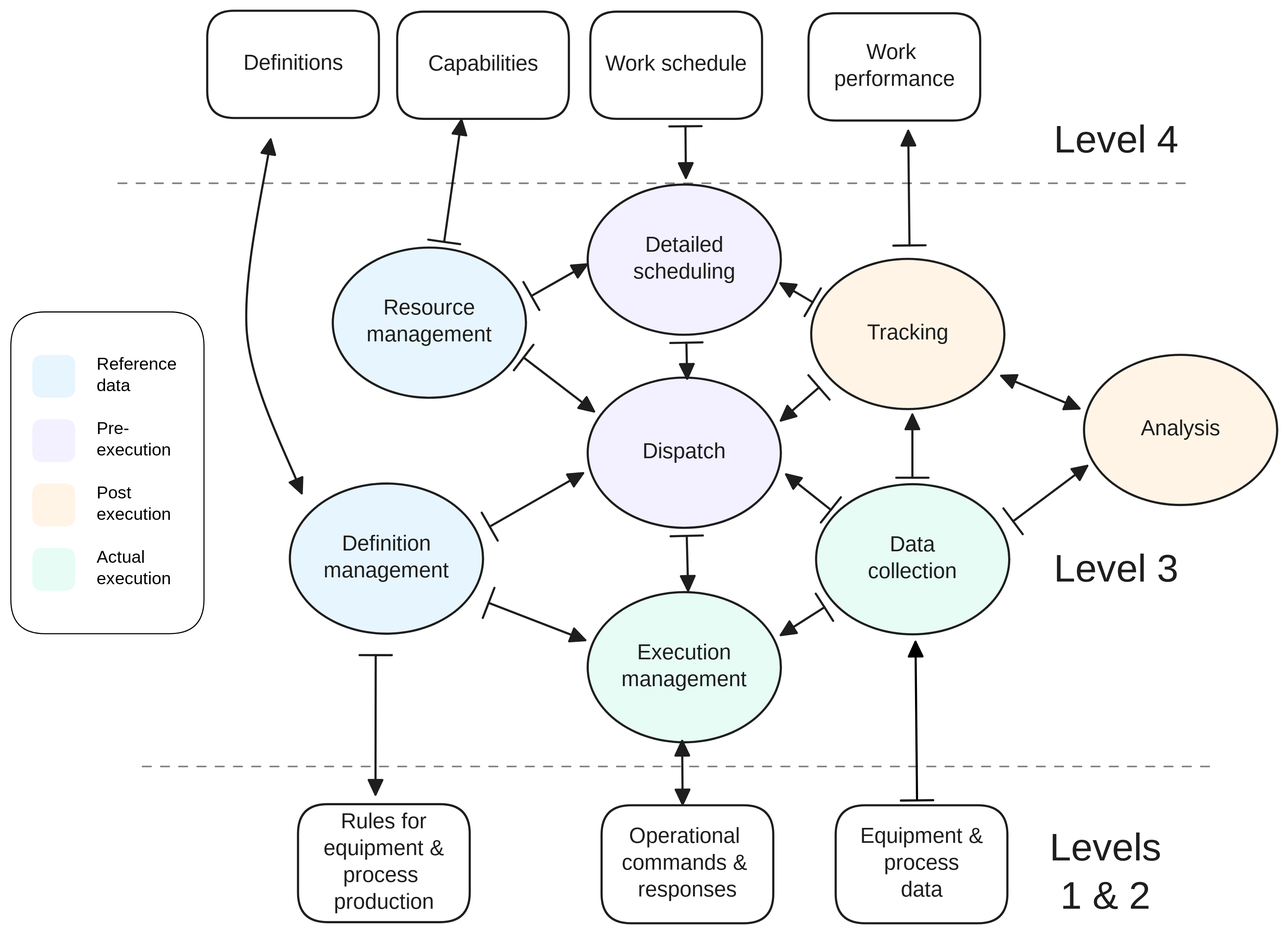
The Excalidraw diagram static/images/s95/diagram-rhize-isa95-activity-model.svg in libremfg/rhize-docs, before a commit. Source tidied: one line per element, renumbered; positions are measured from the earlier drawing's top-left corner, leaving out a move shared by most shapes.
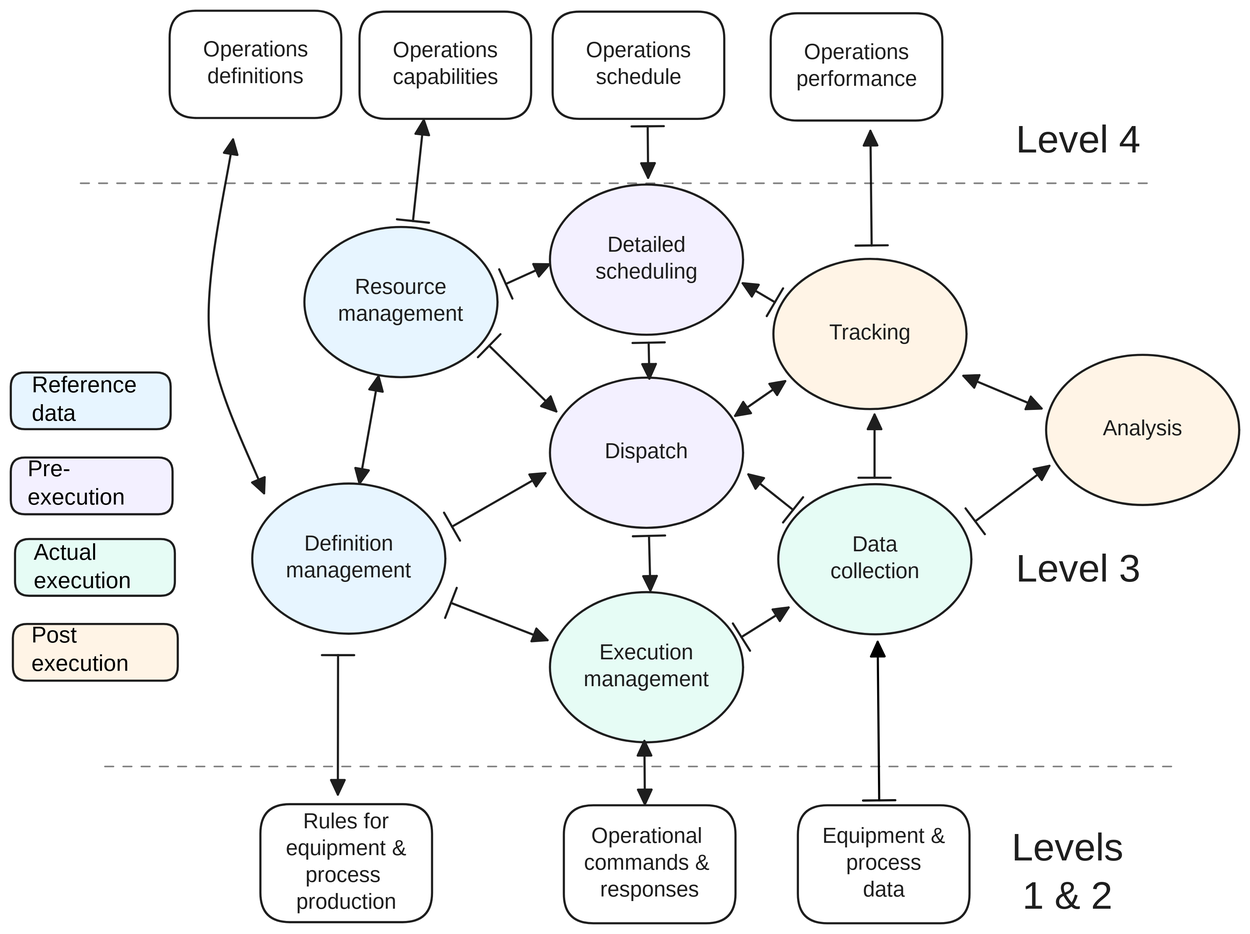
Above is the later version.

Commit message:
[Fix] Update activity model diagram

What changed in the source:
```diff
@@ -1,15 +1,15 @@
 {"id": 0, "type": "rectangle", "strokeColor": "#1e1e1e", "strokeWidth": 2, "roughness": 0, "round": true, "x": 183, "y": 0, "width": 160, "height": 100}
-{"id": 1, "type": "text", "text": "Definitions", "strokeColor": "#1e1e1e", "strokeWidth": 2, "roughness": 0, "fontSize": 20, "fontFamily": 8, "textAlign": "center", "verticalAlign": "middle", "inside": 0, "x": 202, "y": 38, "width": 123, "height": 25}
+{"id": 1, "type": "text", "text": "Operations\ndefinitions", "strokeColor": "#1e1e1e", "strokeWidth": 2, "roughness": 0, "fontSize": 20, "fontFamily": 8, "textAlign": "center", "verticalAlign": "middle", "inside": 0, "x": 203, "y": 25, "width": 121, "height": 50}
 {"id": 2, "type": "rectangle", "strokeColor": "#1e1e1e", "strokeWidth": 2, "roughness": 0, "round": true, "x": 360, "y": 1, "width": 160, "height": 100}
-{"id": 3, "type": "text", "text": "Capabilities", "strokeColor": "#1e1e1e", "strokeWidth": 2, "roughness": 0, "fontSize": 20, "fontFamily": 8, "textAlign": "center", "verticalAlign": "middle", "inside": 2, "x": 374, "y": 38, "width": 132, "height": 25}
+{"id": 3, "type": "text", "text": "Operations\ncapabilities", "strokeColor": "#1e1e1e", "strokeWidth": 2, "roughness": 0, "fontSize": 20, "fontFamily": 8, "textAlign": "center", "verticalAlign": "middle", "inside": 2, "x": 374, "y": 26, "width": 132, "height": 50}
 {"id": 4, "type": "rectangle", "strokeColor": "#1e1e1e", "strokeWidth": 2, "roughness": 0, "round": true, "x": 540, "y": 1, "width": 160, "height": 100}
-{"id": 5, "type": "text", "text": "Work schedule", "strokeColor": "#1e1e1e", "strokeWidth": 2, "roughness": 0, "fontSize": 20, "fontFamily": 8, "textAlign": "center", "verticalAlign": "middle", "inside": 4, "x": 549, "y": 38, "width": 142, "height": 25}
+{"id": 5, "type": "text", "text": "Operations\nschedule", "strokeColor": "#1e1e1e", "strokeWidth": 2, "roughness": 0, "fontSize": 20, "fontFamily": 8, "textAlign": "center", "verticalAlign": "middle", "inside": 4, "x": 565, "y": 26, "width": 110, "height": 50}
 {"id": 6, "type": "rectangle", "strokeColor": "#1e1e1e", "strokeWidth": 2, "roughness": 0, "round": true, "x": 743, "y": 2, "width": 160, "height": 100}
-{"id": 7, "type": "text", "text": "Work \nperformance", "strokeColor": "#1e1e1e", "strokeWidth": 2, "roughness": 0, "fontSize": 20, "fontFamily": 8, "textAlign": "center", "verticalAlign": "middle", "inside": 6, "x": 762, "y": 27, "width": 123, "height": 50}
+{"id": 7, "type": "text", "text": "Operations\nperformance", "strokeColor": "#1e1e1e", "strokeWidth": 2, "roughness": 0, "fontSize": 20, "fontFamily": 8, "textAlign": "center", "verticalAlign": "middle", "inside": 6, "x": 763, "y": 27, "width": 121, "height": 50}
 {"id": 8, "type": "ellipse", "strokeColor": "#1e1e1e", "backgroundColor": "#e7f5ff", "fillStyle": "solid", "strokeWidth": 2, "roughness": 0, "round": true, "x": 260, "y": 441, "width": 180, "height": 140}
 {"id": 9, "type": "text", "text": "Definition\nmanagement", "strokeColor": "#1e1e1e", "strokeWidth": 2, "roughness": 0, "fontSize": 20, "fontFamily": 8, "textAlign": "center", "verticalAlign": "middle", "inside": 8, "x": 294, "y": 486, "width": 112, "height": 50}
-{"id": 10, "type": "ellipse", "strokeColor": "#1e1e1e", "backgroundColor": "#e7f5ff", "fillStyle": "solid", "strokeWidth": 2, "roughness": 0, "round": true, "x": 300, "y": 221, "width": 180, "height": 140}
+{"id": 10, "type": "ellipse", "strokeColor": "#1e1e1e", "backgroundColor": "#e7f5ff", "fillStyle": "solid", "strokeWidth": 2, "roughness": 0, "round": true, "x": 309, "y": 202, "width": 180, "height": 140}
-{"id": 11, "type": "text", "text": "Resource\nmanagement", "strokeColor": "#1e1e1e", "strokeWidth": 2, "roughness": 0, "fontSize": 20, "fontFamily": 8, "textAlign": "center", "verticalAlign": "middle", "inside": 10, "x": 334, "y": 266, "width": 112, "height": 50}
+{"id": 11, "type": "text", "text": "Resource\nmanagement", "strokeColor": "#1e1e1e", "strokeWidth": 2, "roughness": 0, "fontSize": 20, "fontFamily": 8, "textAlign": "center", "verticalAlign": "middle", "inside": 10, "x": 342, "y": 247, "width": 112, "height": 50}
 {"id": 12, "type": "ellipse", "strokeColor": "#1e1e1e", "backgroundColor": "#f3f0ff", "fillStyle": "solid", "strokeWidth": 2, "roughness": 0, "round": true, "x": 538, "y": 162, "width": 180, "height": 140}
 {"id": 13, "type": "text", "text": "Detailed\nscheduling", "strokeColor": "#1e1e1e", "strokeWidth": 2, "roughness": 0, "fontSize": 20, "fontFamily": 8, "textAlign": "center", "verticalAlign": "middle", "inside": 12, "x": 572, "y": 207, "width": 111, "height": 50}
 {"id": 14, "type": "ellipse", "strokeColor": "#1e1e1e", "backgroundColor": "#f3f0ff", "fillStyle": "solid", "strokeWidth": 2, "roughness": 0, "round": true, "x": 538, "y": 342, "width": 180, "height": 140}
@@ -23,20 +23,20 @@
 {"id": 22, "type": "ellipse", "strokeColor": "#1e1e1e", "backgroundColor": "#fff4e6", "fillStyle": "solid", "strokeWidth": 2, "roughness": 0, "round": true, "x": 1000, "y": 321, "width": 180, "height": 140}
 {"id": 23, "type": "text", "text": "Analysis", "strokeColor": "#1e1e1e", "strokeWidth": 2, "roughness": 0, "fontSize": 20, "fontFamily": 8, "textAlign": "center", "verticalAlign": "middle", "inside": 22, "x": 1045, "y": 378, "width": 89, "height": 25}
 {"id": 24, "type": "arrow", "strokeColor": "#1e1e1e", "strokeWidth": 2, "roughness": 0, "startArrowhead": "triangle", "endArrowhead": "triangle", "round": true, "from": 0, "to": 8, "x": 242, "y": 120, "width": 51, "height": 330, "points": [[0, 0], [-22, 181], [29, 330]]}
-{"id": 25, "type": "arrow", "strokeColor": "#1e1e1e", "strokeWidth": 2, "roughness": 0, "startArrowhead": "bar", "endArrowhead": "triangle", "round": true, "from": 10, "to": 2, "x": 404, "y": 216, "width": 16, "height": 114, "points": [[0, 0], [16, -114]]}
+{"id": 25, "type": "arrow", "strokeColor": "#1e1e1e", "strokeWidth": 2, "roughness": 0, "startArrowhead": "bar", "endArrowhead": "triangle", "round": true, "from": 10, "to": 2, "x": 410, "y": 196, "width": 10, "height": 94, "points": [[0, 0], [10, -94]]}
 {"id": 26, "type": "arrow", "strokeColor": "#1e1e1e", "backgroundColor": "#e7f5ff", "fillStyle": "solid", "strokeWidth": 2, "roughness": 0, "startArrowhead": "bar", "endArrowhead": "triangle", "round": true, "from": 8, "to": 16, "x": 445, "y": 552, "width": 90, "height": 35, "points": [[0, 0], [90, 35]]}
 {"id": 27, "type": "arrow", "strokeColor": "#1e1e1e", "backgroundColor": "#e6fcf5", "fillStyle": "solid", "strokeWidth": 2, "roughness": 0, "startArrowhead": "bar", "endArrowhead": "triangle", "round": true, "from": 8, "to": 14, "x": 446, "y": 481, "width": 87, "height": 50, "points": [[0, 0], [87, -50]]}
 {"id": 28, "type": "arrow", "strokeColor": "#1e1e1e", "angle": 3.14, "backgroundColor": "#f3f0ff", "fillStyle": "solid", "strokeWidth": 2, "roughness": 0, "startArrowhead": "triangle", "endArrowhead": "bar", "round": true, "from": 12, "to": 18, "x": 747, "y": 272, "width": 30, "height": 18, "points": [[0, 0], [-30, -18]]}
-{"id": 29, "type": "arrow", "strokeColor": "#1e1e1e", "angle": 3.14, "strokeWidth": 2, "roughness": 0, "startArrowhead": "bar", "endArrowhead": "triangle", "round": true, "from": 18, "to": 14, "x": 718, "y": 382, "width": 36, "height": 31, "points": [[0, 0], [36, -31]]}
+{"id": 29, "type": "arrow", "strokeColor": "#1e1e1e", "angle": 3.14, "strokeWidth": 2, "roughness": 0, "startArrowhead": "triangle", "endArrowhead": "triangle", "round": true, "from": 14, "to": 18, "x": 757, "y": 345, "width": 47, "height": 32, "points": [[0, 0], [-47, 32]]}
 {"id": 30, "type": "arrow", "strokeColor": "#1e1e1e", "angle": 3.14, "backgroundColor": "#e6fcf5", "fillStyle": "solid", "strokeWidth": 2, "roughness": 0, "startArrowhead": "bar", "endArrowhead": "triangle", "round": true, "from": 20, "to": 14, "x": 722, "y": 432, "width": 42, "height": 33, "points": [[0, 0], [42, 33]]}
-{"id": 31, "type": "arrow", "strokeColor": "#1e1e1e", "angle": 3.14, "backgroundColor": "#e6fcf5", "fillStyle": "solid", "strokeWidth": 2, "roughness": 0, "startArrowhead": "bar", "endArrowhead": "triangle", "round": true, "from": 20, "to": 16, "x": 718, "y": 582, "width": 41, "height": 26, "points": [[0, 0], [41, -26]]}
+{"id": 31, "type": "arrow", "strokeColor": "#1e1e1e", "angle": 3.14, "backgroundColor": "#e6fcf5", "fillStyle": "solid", "strokeWidth": 2, "roughness": 0, "startArrowhead": "bar", "endArrowhead": "triangle", "round": true, "from": 16, "to": 20, "x": 760, "y": 556, "width": 44, "height": 28, "points": [[0, 0], [-44, 28]]}
 {"id": 32, "type": "arrow", "strokeColor": "#1e1e1e", "angle": 3.14, "backgroundColor": "#fff4e6", "fillStyle": "cross-hatch", "strokeWidth": 2, "roughness": 0, "startArrowhead": "triangle", "endArrowhead": "triangle", "round": true, "from": 22, "to": 18, "x": 923, "y": 340, "width": 73, "height": 31, "points": [[0, 0], [73, 31]]}
 {"id": 33, "type": "arrow", "strokeColor": "#1e1e1e", "strokeWidth": 2, "roughness": 0, "startArrowhead": "triangle", "endArrowhead": "bar", "round": true, "from": 12, "to": 4, "x": 629, "y": 156, "width": 0, "height": 48, "points": [[0, 0], [0, -48]]}
 {"id": 34, "type": "arrow", "strokeColor": "#1e1e1e", "backgroundColor": "#e6fcf5", "fillStyle": "solid", "strokeWidth": 2, "roughness": 0, "startArrowhead": "triangle", "endArrowhead": "bar", "round": true, "from": 16, "to": 14, "x": 631, "y": 541, "width": 1, "height": 51, "points": [[0, 0], [-1, -51]]}
 {"id": 35, "type": "arrow", "strokeColor": "#1e1e1e", "backgroundColor": "#f3f0ff", "fillStyle": "solid", "strokeWidth": 2, "roughness": 0, "startArrowhead": "triangle", "endArrowhead": "bar", "round": true, "from": 14, "to": 12, "x": 630, "y": 343, "width": 1, "height": 34, "points": [[0, 0], [-1, -34]]}
 {"id": 36, "type": "arrow", "strokeColor": "#1e1e1e", "backgroundColor": "#fff4e6", "fillStyle": "solid", "strokeWidth": 2, "roughness": 0, "startArrowhead": "bar", "endArrowhead": "triangle", "round": true, "x": 840, "y": 435, "width": 0, "height": 59, "points": [[0, 0], [0, -59]]}
-{"id": 37, "type": "arrow", "strokeColor": "#1e1e1e", "backgroundColor": "#f3f0ff", "fillStyle": "solid", "strokeWidth": 2, "roughness": 0, "startArrowhead": "bar", "endArrowhead": "triangle", "round": true, "from": 10, "to": 14, "x": 478, "y": 323, "width": 66, "height": 50, "points": [[0, 0], [66, 50]]}
+{"id": 37, "type": "arrow", "strokeColor": "#1e1e1e", "backgroundColor": "#f3f0ff", "fillStyle": "solid", "strokeWidth": 2, "roughness": 0, "startArrowhead": "bar", "endArrowhead": "triangle", "round": true, "from": 10, "to": 14, "x": 481, "y": 312, "width": 63, "height": 61, "points": [[0, 0], [63, 61]]}
-{"id": 38, "type": "arrow", "strokeColor": "#1e1e1e", "backgroundColor": "#f3f0ff", "fillStyle": "solid", "strokeWidth": 2, "roughness": 0, "startArrowhead": "bar", "endArrowhead": "triangle", "round": true, "from": 10, "to": 12, "x": 485, "y": 266, "width": 52, "height": 30, "points": [[0, 0], [52, -30]]}
+{"id": 38, "type": "arrow", "strokeColor": "#1e1e1e", "backgroundColor": "#f3f0ff", "fillStyle": "solid", "strokeWidth": 2, "roughness": 0, "startArrowhead": "bar", "endArrowhead": "triangle", "round": true, "from": 10, "to": 12, "x": 496, "y": 255, "width": 41, "height": 18, "points": [[0, 0], [41, -18]]}
 {"id": 39, "type": "arrow", "strokeColor": "#1e1e1e", "backgroundColor": "#e6fcf5", "fillStyle": "solid", "strokeWidth": 2, "roughness": 0, "startArrowhead": "bar", "endArrowhead": "triangle", "round": true, "from": 20, "to": 22, "x": 934, "y": 476, "width": 69, "height": 52, "points": [[0, 0], [69, -52]]}
 {"id": 40, "type": "rectangle", "strokeColor": "#1e1e1e", "strokeWidth": 2, "roughness": 0, "round": true, "x": 268, "y": 740, "width": 160, "height": 110}
 {"id": 41, "type": "text", "text": "Rules for\nequipment &\nprocess \nproduction", "strokeColor": "#1e1e1e", "strokeWidth": 2, "roughness": 0, "fontSize": 20, "fontFamily": 8, "textAlign": "center", "verticalAlign": "middle", "inside": 40, "x": 287, "y": 745, "width": 122, "height": 100}
@@ -48,17 +48,17 @@
 {"id": 47, "type": "text", "text": "Equipment &\nprocess\ndata", "strokeColor": "#1e1e1e", "strokeWidth": 2, "roughness": 0, "fontSize": 20, "fontFamily": 8, "textAlign": "center", "verticalAlign": "middle", "inside": 46, "x": 788, "y": 758, "width": 121, "height": 75}
 {"id": 48, "type": "arrow", "strokeColor": "#1e1e1e", "backgroundColor": "#e7f5ff", "fillStyle": "solid", "strokeWidth": 2, "roughness": 0, "startArrowhead": "bar", "endArrowhead": "triangle", "round": true, "from": 18, "to": 6, "x": 837, "y": 219, "width": 1, "height": 107, "points": [[0, 0], [-1, -107]]}
 {"id": 49, "type": "text", "text": "Level 3", "strokeColor": "#1e1e1e", "backgroundColor": "#e6fcf5", "fillStyle": "solid", "strokeWidth": 2, "roughness": 0, "fontSize": 36, "fontFamily": 8, "textAlign": "center", "x": 960, "y": 501, "width": 140, "height": 45}
-{"id": 50, "type": "rectangle", "strokeColor": "transparent", "backgroundColor": "#e6fcf5", "fillStyle": "solid", "strokeWidth": 2, "roughness": 0, "round": true, "x": 20, "y": 501, "width": 40, "height": 40}
+{"id": 50, "type": "rectangle", "strokeColor": "#1e1e1e", "backgroundColor": "#e6fcf5", "fillStyle": "solid", "strokeWidth": 2, "roughness": 0, "round": true, "x": 39, "y": 493, "width": 149, "height": 53}
-{"id": 51, "type": "text", "text": "Actual \nexecution", "strokeColor": "#000000", "backgroundColor": "#e6fcf5", "fillStyle": "solid", "strokeWidth": 2, "roughness": 0, "fontSize": 16, "fontFamily": 8, "x": 80, "y": 501, "width": 100, "height": 40}
+{"id": 51, "type": "text", "text": "Actual \nexecution", "strokeColor": "#000000", "backgroundColor": "#e6fcf5", "fillStyle": "solid", "strokeWidth": 2, "roughness": 0, "fontSize": 21.15, "fontFamily": 8, "x": 56, "y": 493, "width": 132, "height": 53}
-{"id": 52, "type": "rectangle", "strokeColor": "transparent", "backgroundColor": "#fff4e6", "fillStyle": "solid", "strokeWidth": 2, "roughness": 0, "round": true, "x": 20, "y": 441, "width": 40, "height": 40}
+{"id": 52, "type": "rectangle", "strokeColor": "#1e1e1e", "backgroundColor": "#fff4e6", "fillStyle": "solid", "strokeWidth": 2, "roughness": 0, "round": true, "x": 37, "y": 572, "width": 154, "height": 53}
-{"id": 53, "type": "text", "text": "Post\nexecution", "strokeColor": "#000000", "backgroundColor": "#e6fcf5", "fillStyle": "solid", "strokeWidth": 2, "roughness": 0, "fontSize": 16, "fontFamily": 8, "x": 80, "y": 441, "width": 100, "height": 40}
+{"id": 53, "type": "text", "text": "Post\nexecution", "strokeColor": "#000000", "backgroundColor": "#e6fcf5", "fillStyle": "solid", "strokeWidth": 2, "roughness": 0, "fontSize": 21.15, "fontFamily": 8, "x": 54, "y": 570, "width": 132, "height": 53}
-{"id": 54, "type": "rectangle", "strokeColor": "transparent", "backgroundColor": "#e7f5ff", "fillStyle": "solid", "strokeWidth": 2, "roughness": 0, "round": true, "x": 20, "y": 321, "width": 40, "height": 40}
+{"id": 54, "type": "rectangle", "strokeColor": "#1e1e1e", "backgroundColor": "#e7f5ff", "fillStyle": "solid", "strokeWidth": 2, "roughness": 0, "round": true, "x": 35, "y": 337, "width": 149, "height": 53}
-{"id": 55, "type": "text", "text": "Reference\ndata", "strokeColor": "#000000", "backgroundColor": "#e6fcf5", "fillStyle": "solid", "strokeWidth": 2, "roughness": 0, "fontSize": 16, "fontFamily": 8, "x": 80, "y": 321, "width": 100, "height": 40}
+{"id": 55, "type": "text", "text": "Reference\ndata", "strokeColor": "#000000", "backgroundColor": "#e6fcf5", "fillStyle": "solid", "strokeWidth": 2, "roughness": 0, "fontSize": 21.15, "fontFamily": 8, "x": 54, "y": 337, "width": 132, "height": 53}
-{"id": 56, "type": "rectangle", "strokeColor": "transparent", "backgroundColor": "#f3f0ff", "fillStyle": "solid", "strokeWidth": 2, "roughness": 0, "round": true, "x": 20, "y": 381, "width": 40, "height": 40}
+{"id": 56, "type": "rectangle", "strokeColor": "#1e1e1e", "backgroundColor": "#f3f0ff", "fillStyle": "solid", "strokeWidth": 2, "roughness": 0, "round": true, "x": 35, "y": 417, "width": 151, "height": 53}
-{"id": 57, "type": "text", "text": "Pre-\nexecution\n", "strokeColor": "#000000", "backgroundColor": "#f3f0ff", "fillStyle": "solid", "strokeWidth": 2, "roughness": 0, "fontSize": 16, "fontFamily": 8, "x": 80, "y": 381, "width": 100, "height": 60}
+{"id": 57, "type": "text", "text": "Pre-\nexecution\n", "strokeColor": "#000000", "backgroundColor": "#f3f0ff", "fillStyle": "solid", "strokeWidth": 2, "roughness": 0, "fontSize": 21.15, "fontFamily": 8, "x": 51, "y": 416, "width": 132, "height": 79}
-{"id": 58, "type": "rectangle", "strokeColor": "#000000", "strokeWidth": 1, "roughness": 0, "round": true, "x": 0, "y": 281, "width": 180, "height": 300}
 {"id": 59, "type": "text", "text": "Levels\n1 & 2", "strokeColor": "#1e1e1e", "backgroundColor": "#e6fcf5", "fillStyle": "solid", "strokeWidth": 2, "roughness": 0, "fontSize": 36, "fontFamily": 8, "textAlign": "center", "x": 920, "y": 761, "width": 200, "height": 90}
 {"id": 60, "type": "text", "text": "Level 4", "strokeColor": "#1e1e1e", "backgroundColor": "#e6fcf5", "fillStyle": "solid", "strokeWidth": 2, "roughness": 0, "fontSize": 36, "fontFamily": 8, "textAlign": "center", "x": 960, "y": 101, "width": 140, "height": 45}
 {"id": 61, "type": "line", "strokeColor": "#000000", "strokeWidth": 1, "strokeStyle": "dashed", "roughness": 0, "opacity": 50, "round": true, "x": 100, "y": 161, "width": 1000, "height": 0, "points": [[0, 0], [1000, 0]]}
 {"id": 62, "type": "line", "strokeColor": "#000000", "strokeWidth": 1, "strokeStyle": "dashed", "roughness": 0, "opacity": 50, "round": true, "x": 123, "y": 705, "width": 1000, "height": 0, "points": [[0, 0], [1000, 0]]}
 {"id": 63, "type": "arrow", "strokeColor": "#000000", "strokeWidth": 2, "roughness": 0, "startArrowhead": "bar", "endArrowhead": "triangle", "round": true, "from": 46, "to": 20, "x": 844, "y": 736, "width": 1, "height": 148, "points": [[0, 0], [-1, -148]]}
+{"id": 64, "type": "arrow", "strokeColor": "#1e1e1e", "angle": 3.14, "backgroundColor": "#fff4e6", "fillStyle": "cross-hatch", "strokeWidth": 2, "roughness": 0, "startArrowhead": "triangle", "endArrowhead": "triangle", "round": true, "from": 8, "to": 10, "x": 378, "y": 341, "width": 18, "height": 100, "points": [[0, 0], [-18, 100]]}
```
